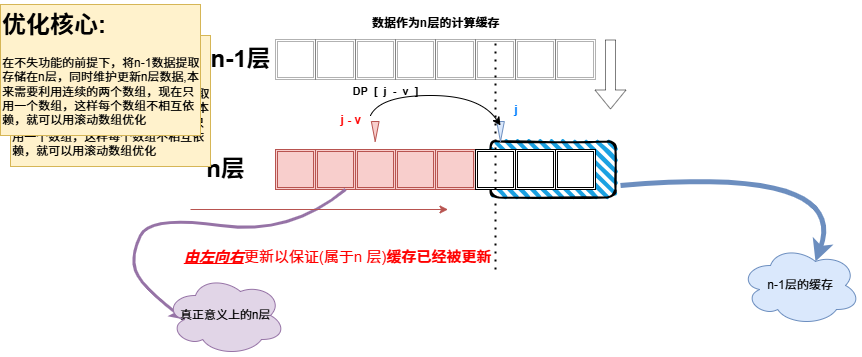
This is 算法/Resource/完全背包空间优化思路.drawio.png from AliceAuto/AliceAuto.github.io, a draw.io export, as it was before one commit. Source tidied: cells renumbered, new cells last; positions are measured from the earlier drawing's top-left corner, leaving out a move shared by most shapes.
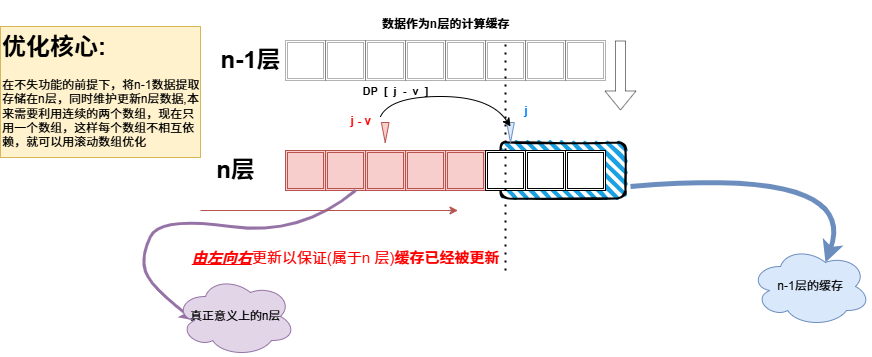
The same file after the commit.

Commit message:
更新完全背包空间优化思路.drawio.png

The edit, as a diff of the source:
```diff
@@ -128,7 +128,7 @@
       <mxGeometry x="310" y="106" width="85" height="30" as="geometry" />
     </mxCell>
     <mxCell id="33" value="&lt;h1 style=&quot;margin-top: 0px;&quot;&gt;优化核心:&lt;/h1&gt;&lt;p&gt;在不失功能的前提下，将n-1数据提取存储在n层，同时维护更新n层数据,本来需要利用连续的两个数组，现在只用一个数组，这样每个数组不相互依赖，就可以用滚动数组优化&lt;/p&gt;" style="text;html=1;whiteSpace=wrap;overflow=hidden;rounded=0;fillColor=#fff2cc;strokeColor=#d6b656;" parent="1" vertex="1">
-      <mxGeometry x="10" y="36" width="200" height="131" as="geometry" />
+      <mxGeometry x="-10" y="26" width="200" height="131" as="geometry" />
     </mxCell>
     <mxCell id="34" style="endArrow=classic;html=1;rounded=0;fillColor=#f8cecc;strokeColor=#b85450;" parent="1" edge="1">
       <mxGeometry relative="1" as="geometry">
@@ -144,8 +144,5 @@
     <mxCell id="36" value="&lt;font style=&quot;color: rgb(0, 127, 255);&quot;&gt;&lt;b&gt;j&amp;nbsp;&lt;/b&gt;&lt;/font&gt;" style="text;html=1;align=center;verticalAlign=middle;whiteSpace=wrap;rounded=0;" parent="1" vertex="1">
       <mxGeometry x="475" y="95.5" width="85" height="30" as="geometry" />
     </mxCell>
-    <mxCell id="37" value="&lt;h1 style=&quot;margin-top: 0px;&quot;&gt;优化核心:&lt;/h1&gt;&lt;p&gt;在不失功能的前提下，将n-1数据提取存储在n层，同时维护更新n层数据,本来需要利用连续的两个数组，现在只用一个数组，这样每个数组不相互依赖，就可以用滚动数组优化&lt;/p&gt;" style="text;html=1;whiteSpace=wrap;overflow=hidden;rounded=0;fillColor=#fff2cc;strokeColor=#d6b656;" parent="1" vertex="1">
-      <mxGeometry y="5" width="200" height="131" as="geometry" />
-    </mxCell>
   </root>
 </mxGraphModel>
```
